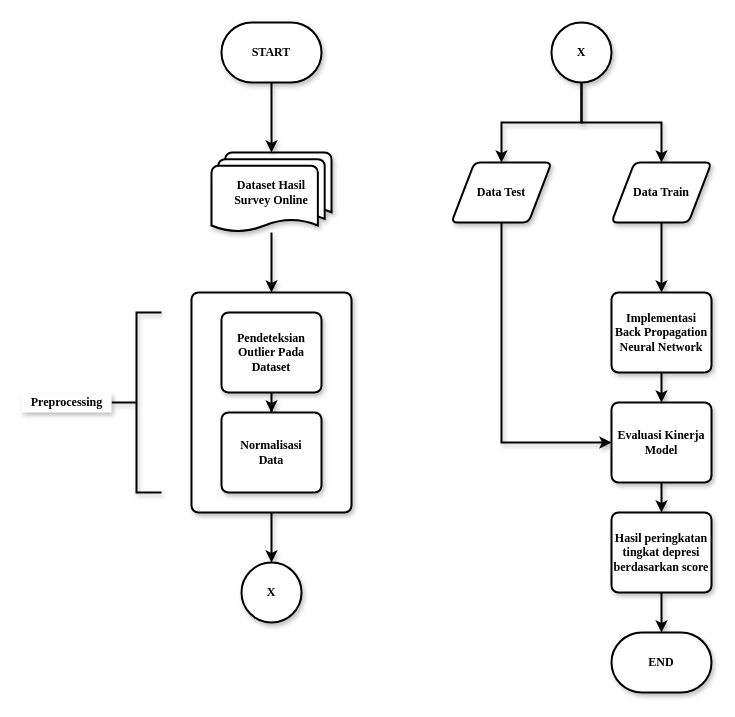
Above: assignments/Flowchart Alur Kerja Penelitian TKSIC.drawio in trueazp/Data-Mining (draw.io), before the change. Source tidied: cells renumbered, new cells numbered last; positions are measured from the earlier drawing's top-left corner, leaving out a move shared by most shapes. Both pictures are drawn from the tidied source at 100%, with x=0, y=0 at pixel (21, 22).
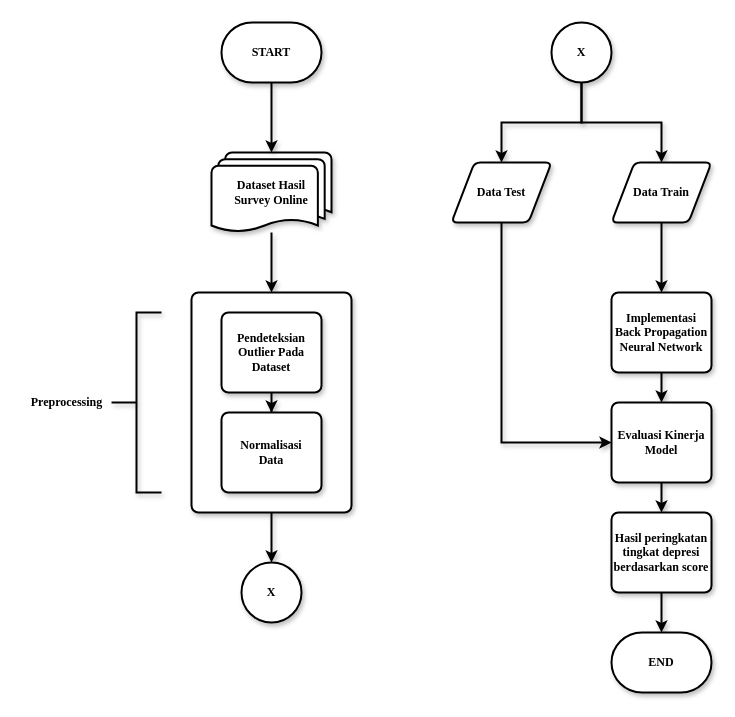
Above is the later version.

Change to the diagram source:
```diff
@@
-    <mxCell id="10" value="Preprocessing" style="text;html=1;align=center;verticalAlign=middle;strokeColor=none;fillColor=default;fontColor=default;fontFamily=Times New Roman;fontStyle=1;labelBackgroundColor=none;strokeWidth=2;shadow=1;" parent="1" vertex="1">
+    <mxCell id="10" value="Preprocessing" style="text;html=1;align=center;verticalAlign=middle;strokeColor=none;fillColor=none;fontColor=default;fontFamily=Times New Roman;fontStyle=1;labelBackgroundColor=none;strokeWidth=2;shadow=1;" parent="1" vertex="1">
       <mxGeometry y="370" width="90" height="20" as="geometry" />
     </mxCell>
```
